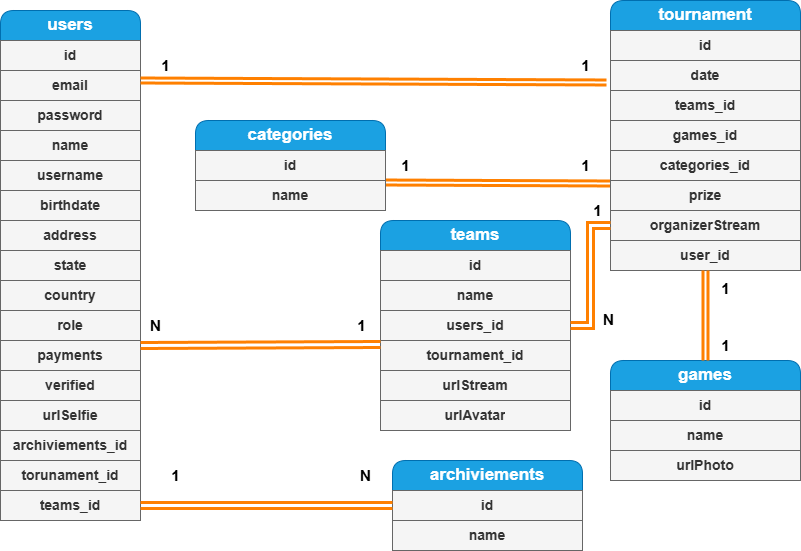
Before: Diagrama Entidad Relaciones Game Stream Tournament.drawio.png, a diagram exported from draw.io (FabricioIrazoqui/DiagramaEntidad-GameStreamTorunament). Source tidied: cells renumbered, new cells last; positions are measured from the earlier drawing's top-left corner, leaving out a move shared by most shapes.
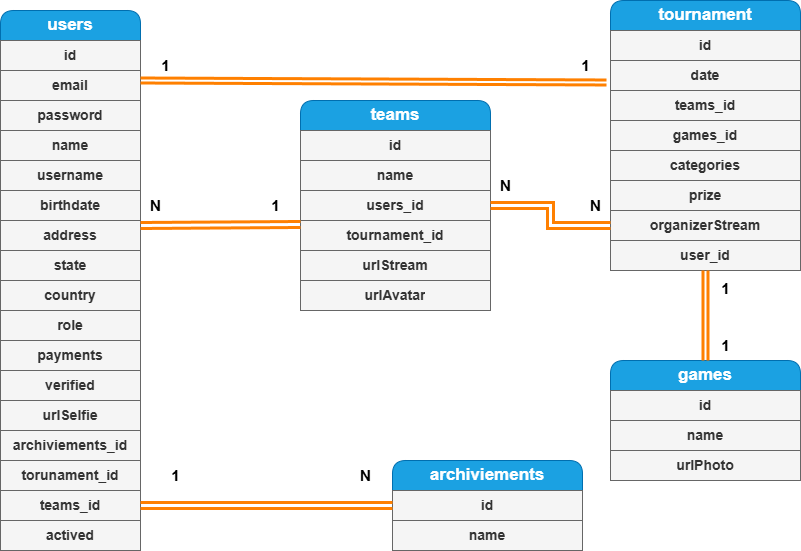
Later version of the same file.

Change to the diagram source:
```diff
@@ -3,7 +3,7 @@
     <mxCell id="0" />
     <mxCell id="1" parent="0" />
     <mxCell id="2" value="&lt;b&gt;&lt;font style=&quot;font-size: 17px;&quot;&gt;users&lt;/font&gt;&lt;/b&gt;" style="swimlane;fontStyle=0;horizontal=1;startSize=30;whiteSpace=wrap;html=1;glass=0;rounded=1;shadow=0;swimlaneLine=1;fillColor=#1ba1e2;strokeColor=#006EAF;fontColor=#ffffff;" parent="1" vertex="1">
-      <mxGeometry y="10" width="140" height="510" as="geometry" />
+      <mxGeometry y="10" width="140" height="540" as="geometry" />
     </mxCell>
     <mxCell id="3" value="id" style="text;strokeColor=#666666;fillColor=#f5f5f5;align=center;verticalAlign=middle;spacingLeft=4;spacingRight=4;overflow=hidden;whiteSpace=wrap;html=1;fontColor=#333333;fontStyle=1;fontSize=14;" parent="2" vertex="1">
       <mxGeometry y="30" width="140" height="30" as="geometry" />
@@ -53,9 +53,9 @@
     <mxCell id="18" value="teams_id" style="text;strokeColor=#666666;fillColor=#f5f5f5;align=center;verticalAlign=middle;spacingLeft=4;spacingRight=4;overflow=hidden;points=[[0,0.5],[1,0.5]];portConstraint=eastwest;whiteSpace=wrap;html=1;fontColor=#333333;fontStyle=1;fontSize=14;" parent="2" vertex="1">
       <mxGeometry y="480" width="140" height="30" as="geometry" />
     </mxCell>
-    <mxCell id="19" style="edgeStyle=none;shape=link;rounded=0;jettySize=auto;html=1;exitX=0;exitY=0.1;exitDx=0;exitDy=0;entryX=1;entryY=0.067;entryDx=0;entryDy=0;width=3;strokeColor=#FF8000;strokeWidth=3;entryPerimeter=0;exitPerimeter=0;" parent="1" edge="1" source="26" target="42">
-      <mxGeometry relative="1" as="geometry" />
-    </mxCell>
+    <mxCell id="63" value="actived" style="text;strokeColor=#666666;fillColor=#f5f5f5;align=center;verticalAlign=middle;spacingLeft=4;spacingRight=4;overflow=hidden;whiteSpace=wrap;html=1;fontColor=#333333;fontStyle=1;fontSize=14;" parent="2" vertex="1">
+      <mxGeometry y="510" width="140" height="30" as="geometry" />
+    </mxCell>
     <mxCell id="20" value="&lt;span style=&quot;font-size: 17px;&quot;&gt;&lt;b&gt;tournament&lt;/b&gt;&lt;/span&gt;" style="swimlane;fontStyle=0;horizontal=1;startSize=30;whiteSpace=wrap;html=1;glass=0;rounded=1;shadow=0;swimlaneLine=1;fillColor=#1ba1e2;strokeColor=#006EAF;fontColor=#ffffff;" parent="1" vertex="1">
       <mxGeometry x="610" width="190" height="270" as="geometry" />
     </mxCell>
@@ -71,7 +71,7 @@
     <mxCell id="24" value="games_id" style="text;strokeColor=#666666;fillColor=#f5f5f5;align=center;verticalAlign=middle;spacingLeft=4;spacingRight=4;overflow=hidden;whiteSpace=wrap;html=1;fontColor=#333333;fontStyle=1;fontSize=14;" parent="20" vertex="1">
       <mxGeometry y="120" width="190" height="30" as="geometry" />
     </mxCell>
-    <mxCell id="25" value="categories_id" style="text;strokeColor=#666666;fillColor=#f5f5f5;align=center;verticalAlign=middle;spacingLeft=4;spacingRight=4;overflow=hidden;whiteSpace=wrap;html=1;fontColor=#333333;fontStyle=1;fontSize=14;" parent="20" vertex="1">
+    <mxCell id="25" value="categories" style="text;strokeColor=#666666;fillColor=#f5f5f5;align=center;verticalAlign=middle;spacingLeft=4;spacingRight=4;overflow=hidden;whiteSpace=wrap;html=1;fontColor=#333333;fontStyle=1;fontSize=14;" parent="20" vertex="1">
       <mxGeometry y="150" width="190" height="30" as="geometry" />
     </mxCell>
     <mxCell id="26" value="prize" style="text;strokeColor=#666666;fillColor=#f5f5f5;align=center;verticalAlign=middle;spacingLeft=4;spacingRight=4;overflow=hidden;points=[[0,0.5],[1,0.5]];portConstraint=eastwest;whiteSpace=wrap;html=1;fontColor=#333333;fontStyle=1;fontSize=14;" parent="20" vertex="1">
@@ -84,7 +84,7 @@
       <mxGeometry y="240" width="190" height="30" as="geometry" />
     </mxCell>
     <mxCell id="29" value="&lt;span style=&quot;font-size: 17px;&quot;&gt;&lt;b&gt;teams&lt;/b&gt;&lt;/span&gt;" style="swimlane;fontStyle=0;horizontal=1;startSize=30;whiteSpace=wrap;html=1;glass=0;rounded=1;shadow=0;swimlaneLine=1;fillColor=#1ba1e2;strokeColor=#006EAF;fontColor=#ffffff;" parent="1" vertex="1">
-      <mxGeometry x="380" y="220" width="190" height="210" as="geometry" />
+      <mxGeometry x="300" y="100" width="190" height="210" as="geometry" />
     </mxCell>
     <mxCell id="30" value="id" style="text;strokeColor=#666666;fillColor=#f5f5f5;align=center;verticalAlign=middle;spacingLeft=4;spacingRight=4;overflow=hidden;whiteSpace=wrap;html=1;fontColor=#333333;fontStyle=1;fontSize=14;" parent="29" vertex="1">
       <mxGeometry y="30" width="190" height="30" as="geometry" />
@@ -116,26 +116,11 @@
     <mxCell id="39" value="urlPhoto" style="text;strokeColor=#666666;fillColor=#f5f5f5;align=center;verticalAlign=middle;spacingLeft=4;spacingRight=4;overflow=hidden;whiteSpace=wrap;html=1;fontColor=#333333;fontStyle=1;fontSize=14;" parent="36" vertex="1">
       <mxGeometry y="90" width="190" height="30" as="geometry" />
     </mxCell>
-    <mxCell id="40" value="&lt;span style=&quot;font-size: 17px;&quot;&gt;&lt;b&gt;categories&lt;/b&gt;&lt;/span&gt;" style="swimlane;fontStyle=0;horizontal=1;startSize=30;whiteSpace=wrap;html=1;glass=0;rounded=1;shadow=0;swimlaneLine=1;fillColor=#1ba1e2;strokeColor=#006EAF;fontColor=#ffffff;" parent="1" vertex="1">
-      <mxGeometry x="195" y="120" width="190" height="90" as="geometry" />
-    </mxCell>
-    <mxCell id="41" value="id" style="text;strokeColor=#666666;fillColor=#f5f5f5;align=center;verticalAlign=middle;spacingLeft=4;spacingRight=4;overflow=hidden;whiteSpace=wrap;html=1;fontColor=#333333;fontStyle=1;fontSize=14;" parent="40" vertex="1">
-      <mxGeometry y="30" width="190" height="30" as="geometry" />
-    </mxCell>
-    <mxCell id="42" value="name" style="text;strokeColor=#666666;fillColor=#f5f5f5;align=center;verticalAlign=middle;spacingLeft=4;spacingRight=4;overflow=hidden;points=[[0,0.5],[1,0.5]];portConstraint=eastwest;whiteSpace=wrap;html=1;fontColor=#333333;fontStyle=1;fontSize=14;" parent="40" vertex="1">
-      <mxGeometry y="60" width="190" height="30" as="geometry" />
-    </mxCell>
     <mxCell id="43" style="rounded=0;jettySize=auto;html=1;strokeColor=#FF8000;entryX=-0.021;entryY=0.733;entryDx=0;entryDy=0;entryPerimeter=0;strokeWidth=3;shape=link;width=-7;" parent="1" edge="1" target="22">
       <mxGeometry relative="1" as="geometry">
         <mxPoint x="140" y="80" as="sourcePoint" />
       </mxGeometry>
     </mxCell>
-    <mxCell id="44" value="&lt;font style=&quot;font-size: 15px;&quot;&gt;&lt;b&gt;1&lt;/b&gt;&lt;/font&gt;" style="text;html=1;align=center;verticalAlign=middle;strokeColor=none;fillColor=none;" parent="1" vertex="1">
-      <mxGeometry x="390" y="150" width="30" height="30" as="geometry" />
-    </mxCell>
-    <mxCell id="45" value="&lt;font style=&quot;font-size: 15px;&quot;&gt;&lt;b&gt;1&lt;/b&gt;&lt;/font&gt;" style="text;html=1;align=center;verticalAlign=middle;strokeColor=none;fillColor=none;" parent="1" vertex="1">
-      <mxGeometry x="570" y="150" width="30" height="30" as="geometry" />
-    </mxCell>
     <mxCell id="46" value="&lt;font style=&quot;font-size: 15px;&quot;&gt;&lt;b&gt;1&lt;/b&gt;&lt;/font&gt;" style="text;html=1;align=center;verticalAlign=middle;strokeColor=none;fillColor=none;" parent="1" vertex="1">
       <mxGeometry x="150" y="50" width="30" height="30" as="geometry" />
     </mxCell>
@@ -148,23 +133,17 @@
     <mxCell id="49" value="&lt;font style=&quot;font-size: 15px;&quot;&gt;&lt;b&gt;1&lt;/b&gt;&lt;/font&gt;" style="text;html=1;align=center;verticalAlign=middle;strokeColor=none;fillColor=none;" parent="1" vertex="1">
       <mxGeometry x="710" y="273" width="30" height="30" as="geometry" />
     </mxCell>
-    <mxCell id="50" style="edgeStyle=none;shape=link;rounded=0;jettySize=auto;html=1;exitX=0;exitY=0.133;exitDx=0;exitDy=0;entryX=1;entryY=0.167;entryDx=0;entryDy=0;entryPerimeter=0;strokeColor=#FF8000;strokeWidth=3;exitPerimeter=0;" parent="1" edge="1" source="33" target="13">
+    <mxCell id="50" style="edgeStyle=none;shape=link;rounded=0;jettySize=auto;html=1;exitX=0;exitY=0.133;exitDx=0;exitDy=0;entryX=1;entryY=0.167;entryDx=0;entryDy=0;entryPerimeter=0;strokeColor=#FF8000;strokeWidth=3;exitPerimeter=0;" parent="1" edge="1" source="33" target="9">
       <mxGeometry relative="1" as="geometry" />
     </mxCell>
     <mxCell id="51" style="edgeStyle=orthogonalEdgeStyle;shape=link;rounded=0;jettySize=auto;html=1;exitX=1;exitY=0.5;exitDx=0;exitDy=0;entryX=0;entryY=0.5;entryDx=0;entryDy=0;strokeColor=#FF8000;strokeWidth=3;" parent="1" edge="1" source="32" target="27">
       <mxGeometry relative="1" as="geometry" />
     </mxCell>
-    <mxCell id="52" value="&lt;font style=&quot;font-size: 15px;&quot;&gt;&lt;b&gt;1&lt;/b&gt;&lt;/font&gt;" style="text;html=1;align=center;verticalAlign=middle;strokeColor=none;fillColor=none;" parent="1" vertex="1">
-      <mxGeometry x="346" y="310" width="30" height="30" as="geometry" />
-    </mxCell>
-    <mxCell id="53" value="&lt;font style=&quot;font-size: 15px;&quot;&gt;&lt;b&gt;1&lt;/b&gt;&lt;/font&gt;" style="text;html=1;align=center;verticalAlign=middle;strokeColor=none;fillColor=none;" parent="1" vertex="1">
-      <mxGeometry x="582" y="195" width="30" height="30" as="geometry" />
-    </mxCell>
-    <mxCell id="54" value="&lt;font style=&quot;font-size: 15px;&quot;&gt;&lt;b&gt;N&lt;/b&gt;&lt;/font&gt;" style="text;html=1;align=center;verticalAlign=middle;strokeColor=none;fillColor=none;" parent="1" vertex="1">
-      <mxGeometry x="593" y="304" width="30" height="30" as="geometry" />
+    <mxCell id="54" value="&lt;b style=&quot;font-size: 15px;&quot;&gt;N&lt;/b&gt;" style="text;html=1;align=center;verticalAlign=middle;strokeColor=none;fillColor=none;" parent="1" vertex="1">
+      <mxGeometry x="490" y="170" width="30" height="30" as="geometry" />
     </mxCell>
     <mxCell id="55" value="&lt;font style=&quot;font-size: 15px;&quot;&gt;&lt;b&gt;N&lt;/b&gt;&lt;/font&gt;" style="text;html=1;align=center;verticalAlign=middle;strokeColor=none;fillColor=none;" parent="1" vertex="1">
-      <mxGeometry x="140" y="310" width="30" height="30" as="geometry" />
+      <mxGeometry x="140" y="190" width="30" height="30" as="geometry" />
     </mxCell>
     <mxCell id="56" value="&lt;font style=&quot;font-size: 15px;&quot;&gt;&lt;b&gt;1&lt;/b&gt;&lt;/font&gt;" style="text;html=1;align=center;verticalAlign=middle;strokeColor=none;fillColor=none;" parent="1" vertex="1">
       <mxGeometry x="570" y="50" width="30" height="30" as="geometry" />
@@ -187,5 +166,11 @@
     <mxCell id="62" value="&lt;font style=&quot;font-size: 15px;&quot;&gt;&lt;b&gt;N&lt;/b&gt;&lt;/font&gt;" style="text;html=1;align=center;verticalAlign=middle;strokeColor=none;fillColor=none;" parent="1" vertex="1">
       <mxGeometry x="350" y="460" width="30" height="30" as="geometry" />
     </mxCell>
+    <mxCell id="64" value="&lt;font style=&quot;font-size: 15px;&quot;&gt;&lt;b&gt;1&lt;/b&gt;&lt;/font&gt;" style="text;html=1;align=center;verticalAlign=middle;strokeColor=none;fillColor=none;" parent="1" vertex="1">
+      <mxGeometry x="260" y="190" width="30" height="30" as="geometry" />
+    </mxCell>
+    <mxCell id="65" value="&lt;b style=&quot;font-size: 15px;&quot;&gt;N&lt;/b&gt;" style="text;html=1;align=center;verticalAlign=middle;strokeColor=none;fillColor=none;" parent="1" vertex="1">
+      <mxGeometry x="580" y="190" width="30" height="30" as="geometry" />
+    </mxCell>
   </root>
 </mxGraphModel>
```
